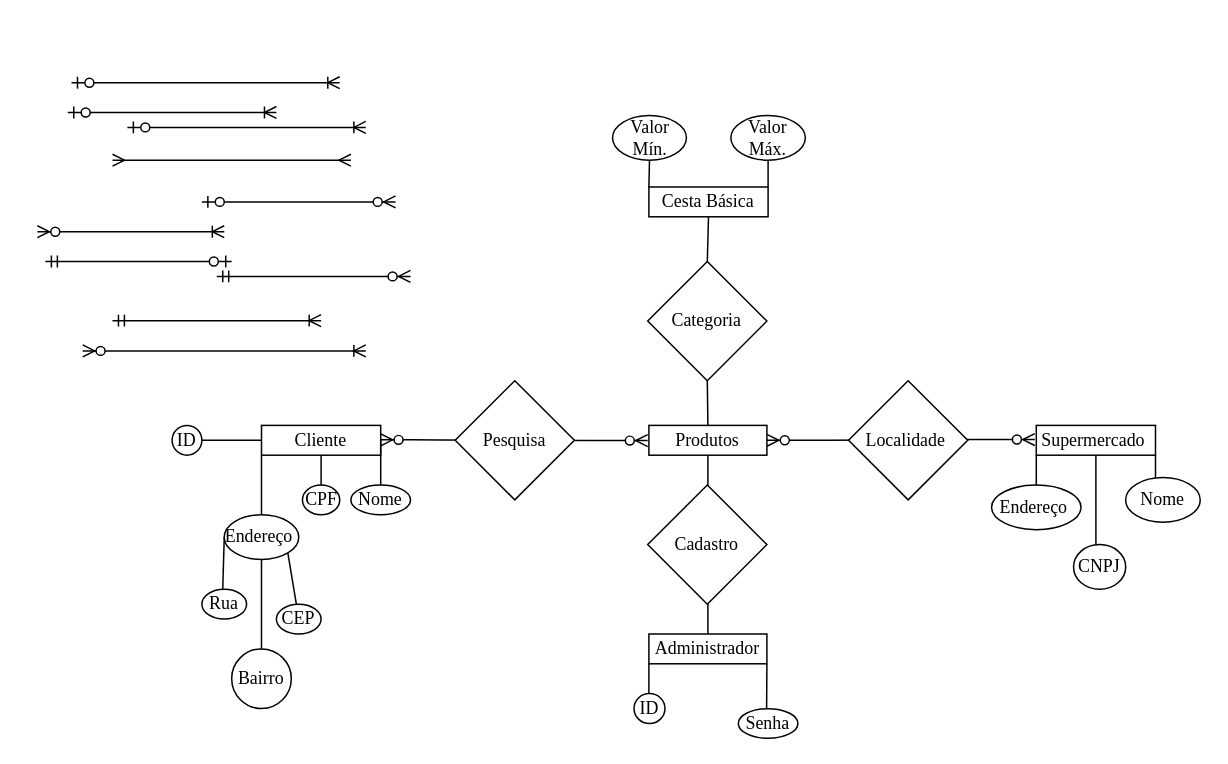
Before: Diagrama sem título.drawio in EmilyNicoleA/Compara-o-, a draw.io diagram. Source tidied: cells renumbered, new cells numbered last; positions are measured from the earlier drawing's top-left corner, leaving out a move shared by most shapes. Both pictures are drawn from the tidied source at 149%, with x=0, y=0 at pixel (37, 82).
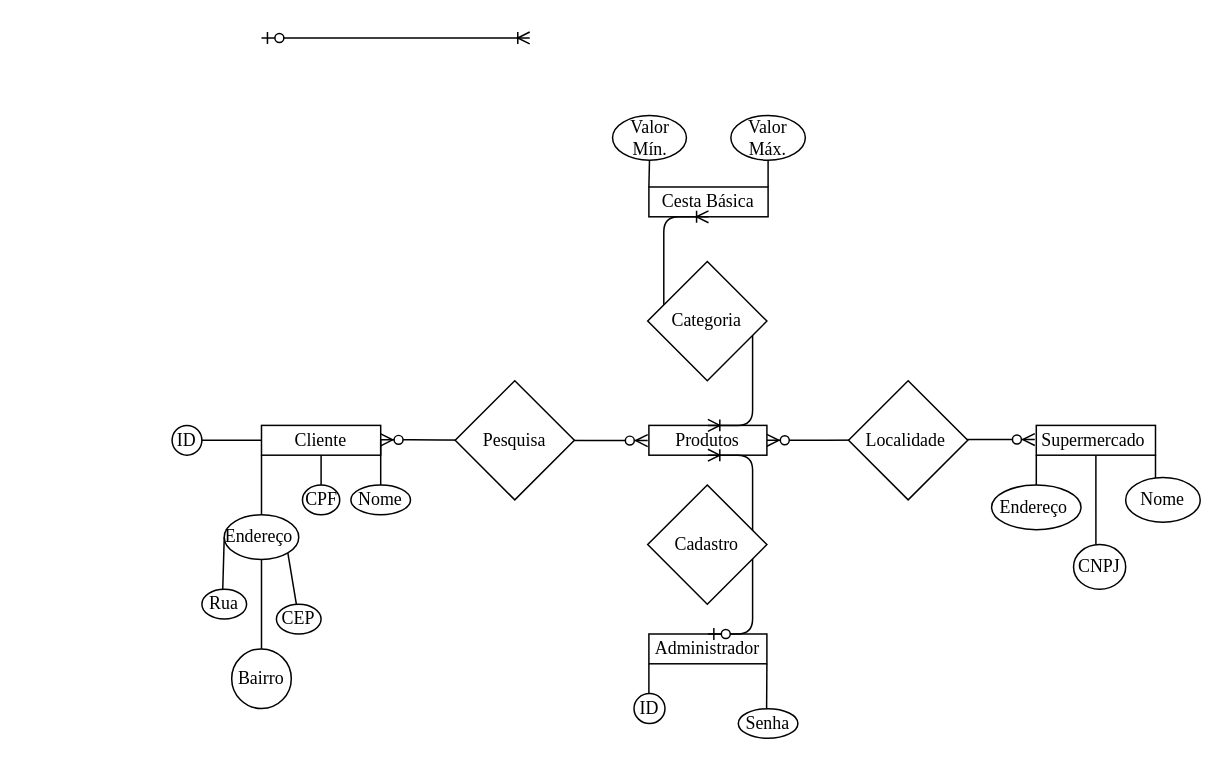
Above is the later version.

Unchanged cells that the change refers to:
```xml
<mxCell id="12" value="&lt;font face=&quot;Times New Roman&quot;&gt;Produtos&lt;/font&gt;" style="rounded=0;whiteSpace=wrap;html=1;" parent="1" vertex="1">
  <mxGeometry x="410" y="230" width="79.2" height="20" as="geometry" />
</mxCell>
<mxCell id="14" value="&lt;font face=&quot;Times New Roman&quot;&gt;Administrador&lt;/font&gt;" style="rounded=0;whiteSpace=wrap;html=1;" parent="1" vertex="1">
  <mxGeometry x="410" y="370" width="79.2" height="20" as="geometry" />
</mxCell>
<mxCell id="17" value="&lt;font face=&quot;Times New Roman&quot;&gt;Cesta Básica&lt;/font&gt;" style="rounded=0;whiteSpace=wrap;html=1;" parent="1" vertex="1">
  <mxGeometry x="410" y="70" width="80" height="20" as="geometry" />
</mxCell>
```

Diff of the diagram source:
```diff
@@
-    <mxCell id="2" style="endArrow=none;html=1;exitX=0.5;exitY=0;exitDx=0;exitDy=0;entryX=0.5;entryY=1;entryDx=0;entryDy=0;" parent="1" edge="1" source="14" target="12">
-      <mxGeometry relative="1" as="geometry" />
-    </mxCell>
@@
-    <mxCell id="13" value="&lt;font face=&quot;Times New Roman&quot;&gt;Cadastro&lt;/font&gt;" style="rhombus;whiteSpace=wrap;html=1;" parent="1" vertex="1">
-      <mxGeometry x="409.2" y="270" width="80" height="80" as="geometry" />
-    </mxCell>
@@
-    <mxCell id="16" value="&lt;font face=&quot;Times New Roman&quot;&gt;Categoria&lt;/font&gt;" style="rhombus;whiteSpace=wrap;html=1;" parent="1" vertex="1">
-      <mxGeometry x="409.2" y="120" width="80" height="80" as="geometry" />
-    </mxCell>
@@
-    <mxCell id="22" style="endArrow=none;html=1;exitX=0.5;exitY=0;exitDx=0;exitDy=0;entryX=0.5;entryY=1;entryDx=0;entryDy=0;" parent="1" edge="1" source="12" target="16">
-      <mxGeometry relative="1" as="geometry" />
-    </mxCell>
-    <mxCell id="23" style="endArrow=none;html=1;entryX=0.5;entryY=1;entryDx=0;entryDy=0;exitX=0.5;exitY=0;exitDx=0;exitDy=0;" parent="1" edge="1" source="16" target="17">
-      <mxGeometry relative="1" as="geometry" />
-    </mxCell>
@@
-    <mxCell id="45" style="edgeStyle=entityRelationEdgeStyle;fontSize=12;html=1;endArrow=ERoneToMany;startArrow=ERzeroToMany;" parent="1" edge="1">
-      <mxGeometry relative="1" as="geometry">
-        <mxPoint x="-0.4" y="100" as="sourcePoint" />
-        <mxPoint x="125" y="100" as="targetPoint" />
-      </mxGeometry>
-    </mxCell>
-    <mxCell id="46" style="edgeStyle=entityRelationEdgeStyle;fontSize=12;html=1;endArrow=ERmany;startArrow=ERmany;" parent="1" edge="1">
-      <mxGeometry relative="1" as="geometry">
-        <mxPoint x="50" y="52" as="sourcePoint" />
-        <mxPoint x="210" y="52" as="targetPoint" />
-      </mxGeometry>
-    </mxCell>
-    <mxCell id="47" style="edgeStyle=entityRelationEdgeStyle;fontSize=12;html=1;endArrow=ERzeroToMany;startArrow=ERzeroToOne;" parent="1" edge="1">
-      <mxGeometry relative="1" as="geometry">
-        <mxPoint x="110" y="80" as="sourcePoint" />
-        <mxPoint x="240" y="80" as="targetPoint" />
-      </mxGeometry>
-    </mxCell>
-    <mxCell id="48" style="edgeStyle=entityRelationEdgeStyle;fontSize=12;html=1;endArrow=ERzeroToMany;startArrow=ERmandOne;" parent="1" edge="1">
-      <mxGeometry relative="1" as="geometry">
-        <mxPoint x="120" y="130" as="sourcePoint" />
-        <mxPoint x="250" y="130" as="targetPoint" />
-      </mxGeometry>
-    </mxCell>
-    <mxCell id="49" style="edgeStyle=entityRelationEdgeStyle;fontSize=12;html=1;endArrow=ERzeroToOne;startArrow=ERmandOne;" parent="1" edge="1">
-      <mxGeometry relative="1" as="geometry">
-        <mxPoint x="5" y="120" as="sourcePoint" />
-        <mxPoint x="130" y="120" as="targetPoint" />
-      </mxGeometry>
-    </mxCell>
-    <mxCell id="50" style="edgeStyle=entityRelationEdgeStyle;fontSize=12;html=1;endArrow=ERoneToMany;startArrow=ERmandOne;" parent="1" edge="1">
-      <mxGeometry relative="1" as="geometry">
-        <mxPoint x="50" y="159.7" as="sourcePoint" />
-        <mxPoint x="190" y="159.7" as="targetPoint" />
-      </mxGeometry>
-    </mxCell>
-    <mxCell id="51" style="edgeStyle=entityRelationEdgeStyle;fontSize=12;html=1;endArrow=ERoneToMany;startArrow=ERzeroToOne;" parent="1" edge="1">
-      <mxGeometry relative="1" as="geometry">
-        <mxPoint x="20" y="20" as="sourcePoint" />
-        <mxPoint x="160" y="20" as="targetPoint" />
-      </mxGeometry>
-    </mxCell>
-    <mxCell id="52" style="edgeStyle=entityRelationEdgeStyle;fontSize=12;html=1;endArrow=ERoneToMany;startArrow=ERzeroToOne;" parent="1" edge="1">
-      <mxGeometry relative="1" as="geometry">
-        <mxPoint x="60" y="30" as="sourcePoint" />
-        <mxPoint x="220" y="30" as="targetPoint" />
-      </mxGeometry>
-    </mxCell>
     <mxCell id="53" style="edgeStyle=entityRelationEdgeStyle;fontSize=12;html=1;endArrow=ERoneToMany;startArrow=ERzeroToOne;" parent="1" edge="1">
       <mxGeometry relative="1" as="geometry">
-        <mxPoint x="22.5" as="sourcePoint" />
-        <mxPoint x="202.5" as="targetPoint" />
+        <mxPoint x="150" y="-30" as="sourcePoint" />
+        <mxPoint x="330" y="-30" as="targetPoint" />
       </mxGeometry>
     </mxCell>
-    <mxCell id="54" style="edgeStyle=entityRelationEdgeStyle;fontSize=12;html=1;endArrow=ERoneToMany;startArrow=ERzeroToMany;" parent="1" edge="1">
-      <mxGeometry relative="1" as="geometry">
-        <mxPoint x="30" y="180" as="sourcePoint" />
-        <mxPoint x="220" y="180" as="targetPoint" />
-      </mxGeometry>
-    </mxCell>
+    <mxCell id="2" style="edgeStyle=entityRelationEdgeStyle;fontSize=12;html=1;endArrow=ERoneToMany;startArrow=ERzeroToOne;entryX=0.5;entryY=1;entryDx=0;entryDy=0;exitX=0.5;exitY=0;exitDx=0;exitDy=0;" parent="1" edge="1" source="14" target="12">
+      <mxGeometry relative="1" as="geometry" />
+    </mxCell>
+    <mxCell id="13" value="&lt;font face=&quot;Times New Roman&quot;&gt;Cadastro&lt;/font&gt;" style="rhombus;whiteSpace=wrap;html=1;" parent="1" vertex="1">
+      <mxGeometry x="409.2" y="270" width="80" height="80" as="geometry" />
+    </mxCell>
+    <mxCell id="55" style="edgeStyle=entityRelationEdgeStyle;fontSize=12;html=1;endArrow=ERoneToMany;startArrow=ERoneToMany;exitX=0.5;exitY=0;exitDx=0;exitDy=0;entryX=0.5;entryY=1;entryDx=0;entryDy=0;" parent="1" edge="1" source="12" target="17">
+      <mxGeometry relative="1" as="geometry" />
+    </mxCell>
+    <mxCell id="16" value="&lt;font face=&quot;Times New Roman&quot;&gt;Categoria&lt;/font&gt;" style="rhombus;whiteSpace=wrap;html=1;" parent="1" vertex="1">
+      <mxGeometry x="409.2" y="120" width="80" height="80" as="geometry" />
+    </mxCell>
```
